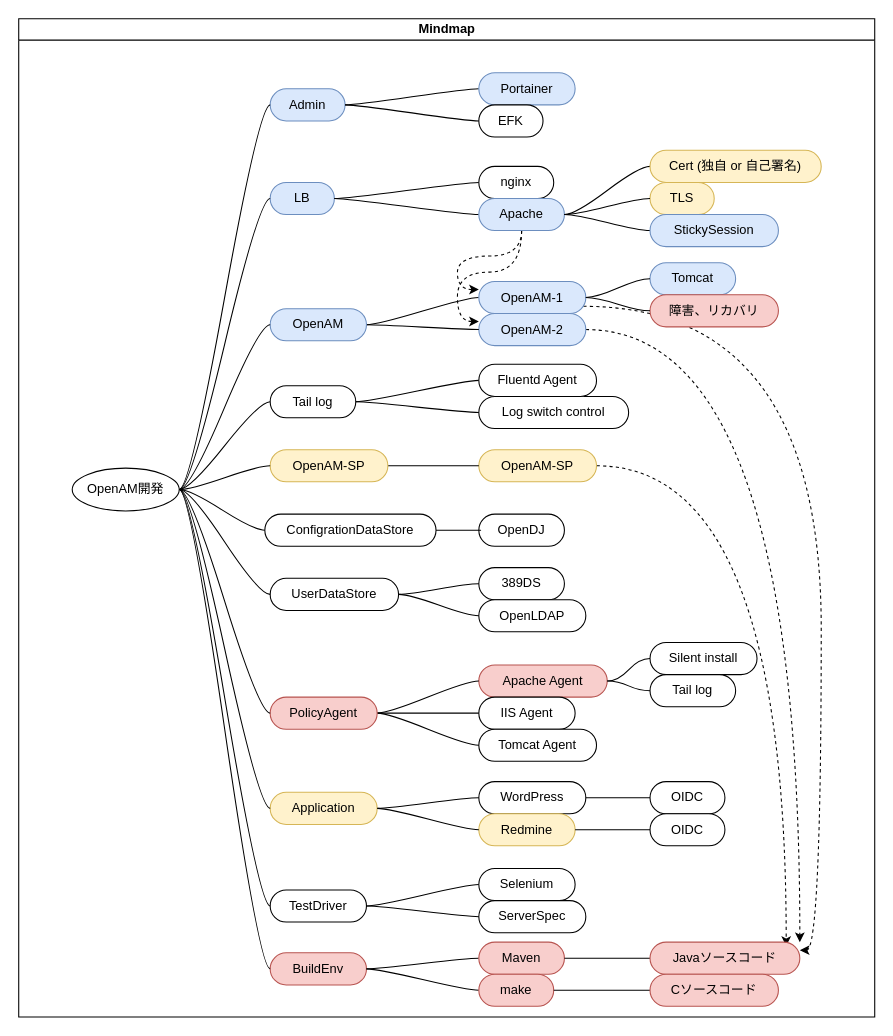
Before: page "1-compose" (1 of 3) of Oss-OpenAM-Site/doc/openam-site-components.drawio in ogis-miyamura/openam-docker, a draw.io diagram. Source tidied: cells renumbered, new cells numbered last; positions are measured from the earlier drawing's top-left corner, leaving out a move shared by most shapes. Both pictures are drawn from the tidied source at 107%, with x=0, y=0 at pixel (18, 18).
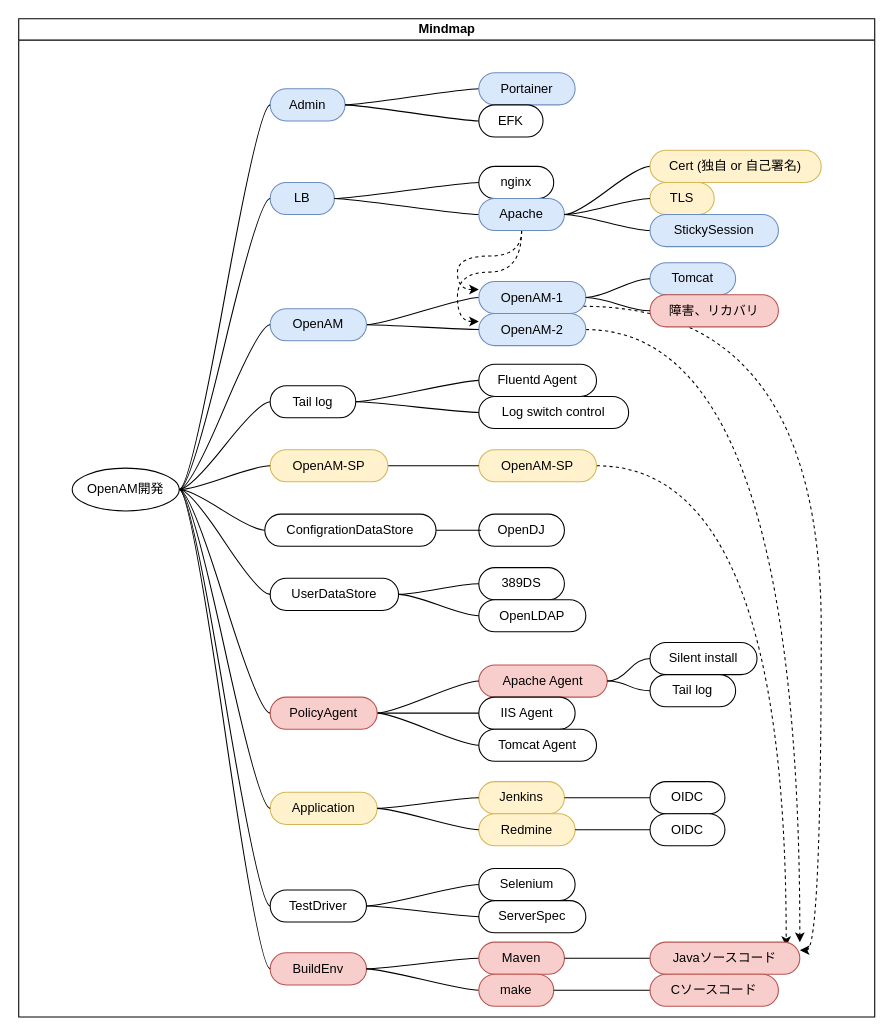
The same page after the edit.

Unchanged cells that the change refers to:
```xml
<mxCell id="2" value="Mindmap" style="swimlane;html=1;startSize=20;horizontal=1;containerType=tree;" parent="1" vertex="1">
  <mxGeometry width="800" height="933" as="geometry" />
</mxCell>
```

Change to the diagram source:
```diff
@@
-    <mxCell id="33" value="WordPress" style="whiteSpace=wrap;html=1;rounded=1;arcSize=50;align=center;verticalAlign=middle;strokeWidth=1;spacing=4;newEdgeStyle={&quot;edgeStyle&quot;:&quot;entityRelationEdgeStyle&quot;,&quot;startArrow&quot;:&quot;none&quot;,&quot;endArrow&quot;:&quot;none&quot;,&quot;segment&quot;:10,&quot;curved&quot;:1};" parent="2" vertex="1">
-      <mxGeometry x="430" y="713" width="100" height="30" as="geometry" />
+    <mxCell id="33" value="Jenkins" style="whiteSpace=wrap;html=1;rounded=1;arcSize=50;align=center;verticalAlign=middle;strokeWidth=1;spacing=4;newEdgeStyle={&quot;edgeStyle&quot;:&quot;entityRelationEdgeStyle&quot;,&quot;startArrow&quot;:&quot;none&quot;,&quot;endArrow&quot;:&quot;none&quot;,&quot;segment&quot;:10,&quot;curved&quot;:1};fillColor=#fff2cc;strokeColor=#d6b656;fontColor=#000000;" parent="2" vertex="1">
+      <mxGeometry x="430" y="713" width="80" height="30" as="geometry" />
     </mxCell>
```
